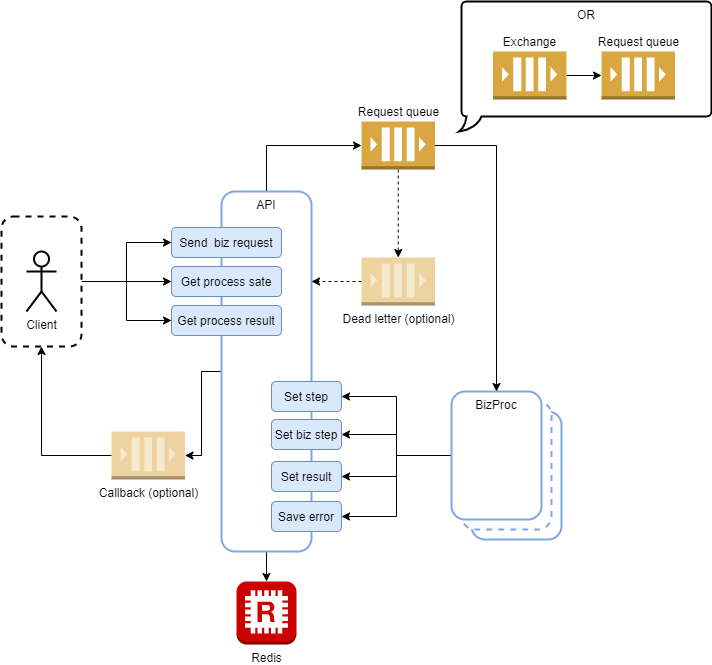
The draw.io diagram doc/diagramms/mylab-asyncproc-struct.png in mylab-tools/async-processor, before a commit. Source tidied: cells renumbered, new cells last; positions are measured from the earlier drawing's top-left corner, leaving out a move shared by most shapes.
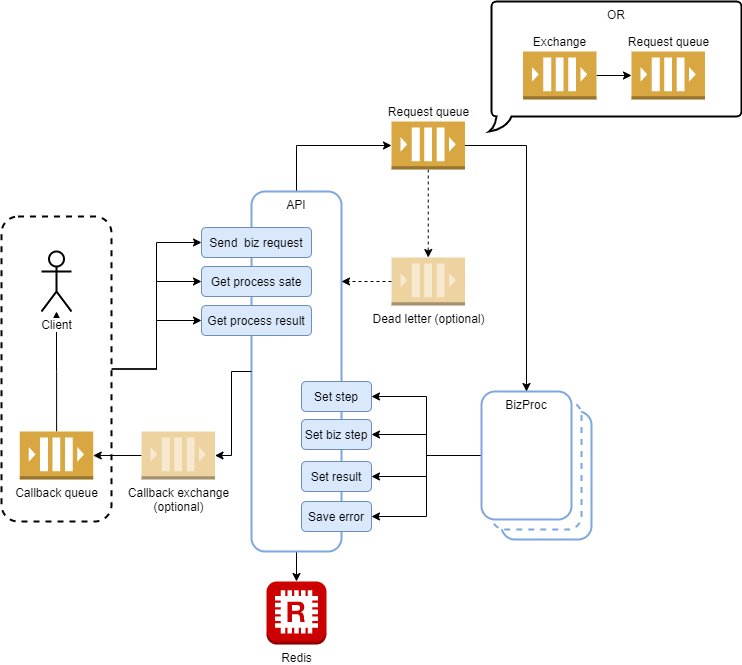
Later version of the same file.

Change to the diagram source:
```diff
@@ -14,9 +14,6 @@
     <mxCell id="5" style="edgeStyle=orthogonalEdgeStyle;rounded=0;jettySize=auto;html=1;entryX=0.5;entryY=0;entryDx=0;entryDy=0;entryPerimeter=0;fontSize=12;" parent="1" edge="1" source="7" target="13">
       <mxGeometry relative="1" as="geometry" />
     </mxCell>
-    <mxCell id="6" style="edgeStyle=orthogonalEdgeStyle;rounded=0;jettySize=auto;html=1;entryX=1;entryY=0.5;entryDx=0;entryDy=0;entryPerimeter=0;" parent="1" edge="1" source="7" target="36">
-      <mxGeometry relative="1" as="geometry" />
-    </mxCell>
     <mxCell id="7" value="API" style="rounded=1;whiteSpace=wrap;html=1;strokeWidth=2;strokeColor=#7EA6E0;verticalAlign=top;" parent="1" vertex="1">
       <mxGeometry x="220" y="190" width="90" height="360" as="geometry" />
     </mxCell>
@@ -84,11 +81,8 @@
       <mxGeometry relative="1" as="geometry" />
     </mxCell>
     <mxCell id="29" style="rounded=1;whiteSpace=wrap;html=1;strokeColor=#000000;strokeWidth=2;fillColor=#ffffff;fontSize=12;align=center;dashed=1;" parent="1" vertex="1">
-      <mxGeometry y="215" width="80" height="130" as="geometry" />
+      <mxGeometry x="-30" y="215" width="110" height="305" as="geometry" />
     </mxCell>
-    <mxCell id="30" value="Client" style="shape=umlActor;verticalLabelPosition=bottom;labelBackgroundColor=#ffffff;verticalAlign=top;html=1;outlineConnect=0;strokeColor=#000000;strokeWidth=2;fillColor=#ffffff;fontSize=12;align=center;" parent="1" vertex="1">
-      <mxGeometry x="25" y="250" width="30" height="60" as="geometry" />
-    </mxCell>
     <mxCell id="31" value="OR" style="whiteSpace=wrap;html=1;shape=mxgraph.basic.roundRectCallout;dx=9.6;dy=15;size=5;boundedLbl=1;strokeColor=#000000;strokeWidth=2;fillColor=#ffffff;fontSize=12;align=center;verticalAlign=top;" parent="1" vertex="1">
       <mxGeometry x="460" width="250" height="130" as="geometry" />
     </mxCell>
@@ -101,11 +95,23 @@
     <mxCell id="34" value="Request queue" style="outlineConnect=0;dashed=0;verticalLabelPosition=top;verticalAlign=bottom;align=center;html=1;shape=mxgraph.aws3.queue;fillColor=#D9A741;gradientColor=none;strokeColor=#7EA6E0;strokeWidth=2;labelPosition=center;" parent="1" vertex="1">
       <mxGeometry x="600" y="50" width="73.5" height="48" as="geometry" />
     </mxCell>
-    <mxCell id="35" style="edgeStyle=orthogonalEdgeStyle;rounded=0;jettySize=auto;html=1;entryX=0.5;entryY=1;entryDx=0;entryDy=0;" parent="1" edge="1" source="36" target="29">
-      <mxGeometry relative="1" as="geometry" />
-    </mxCell>
+    <mxCell id="37" style="edgeStyle=orthogonalEdgeStyle;rounded=0;jettySize=auto;html=1;" parent="1" edge="1" source="36" target="30">
+      <mxGeometry relative="1" as="geometry" />
+    </mxCell>
-    <mxCell id="36" value="Callback (optional)" style="outlineConnect=0;dashed=1;verticalLabelPosition=bottom;verticalAlign=top;align=center;html=1;shape=mxgraph.aws3.queue;fillColor=#D9A741;gradientColor=none;strokeColor=#7EA6E0;strokeWidth=2;opacity=50;" parent="1" vertex="1">
-      <mxGeometry x="110" y="430" width="73.5" height="48" as="geometry" />
+    <mxCell id="36" value="Callback queue" style="outlineConnect=0;dashed=1;verticalLabelPosition=bottom;verticalAlign=top;align=center;html=1;shape=mxgraph.aws3.queue;fillColor=#D9A741;gradientColor=none;strokeColor=#7EA6E0;strokeWidth=2;" parent="1" vertex="1">
+      <mxGeometry x="-11.8" y="430" width="73.5" height="48" as="geometry" />
     </mxCell>
+    <mxCell id="38" style="edgeStyle=orthogonalEdgeStyle;rounded=0;jettySize=auto;html=1;entryX=1;entryY=0.5;entryDx=0;entryDy=0;entryPerimeter=0;" parent="1" edge="1" source="39" target="36">
+      <mxGeometry relative="1" as="geometry" />
+    </mxCell>
+    <mxCell id="39" value="Callback exchange&lt;br&gt;(optional)" style="outlineConnect=0;dashed=1;verticalLabelPosition=bottom;verticalAlign=top;align=center;html=1;shape=mxgraph.aws3.queue;fillColor=#D9A741;gradientColor=none;strokeColor=#7EA6E0;strokeWidth=2;opacity=50;" parent="1" vertex="1">
+      <mxGeometry x="110" y="430" width="73.5" height="48" as="geometry" />
+    </mxCell>
+    <mxCell id="40" style="edgeStyle=orthogonalEdgeStyle;rounded=0;jettySize=auto;html=1;entryX=1;entryY=0.5;entryDx=0;entryDy=0;entryPerimeter=0;" parent="1" edge="1" source="7" target="39">
+      <mxGeometry relative="1" as="geometry" />
+    </mxCell>
+    <mxCell id="30" value="Client" style="shape=umlActor;verticalLabelPosition=bottom;labelBackgroundColor=#ffffff;verticalAlign=top;html=1;outlineConnect=0;strokeColor=#000000;strokeWidth=2;fillColor=#ffffff;fontSize=12;align=center;" parent="1" vertex="1">
+      <mxGeometry x="10" y="250" width="30" height="60" as="geometry" />
+    </mxCell>
   </root>
 </mxGraphModel>
```
